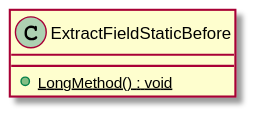
claremacrae/RefactoringSamples keeps this PlantUML diagram as uml/Extract/Before/ExtractFieldStaticBefore.svg. Above is the earlier version. The source it was exported from:
```plantuml
@startuml
class ExtractFieldStaticBefore {
    + {static} LongMethod() : void
}
@enduml
```
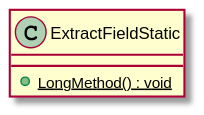
The same file after the commit.

Commit message:
Remove unnecessary Before suffix from class names

What changed in the source:
```diff
@@ -1,5 +1,5 @@
 @startuml
-class ExtractFieldStaticBefore {
+class ExtractFieldStatic {
     + {static} LongMethod() : void
 }
 @enduml
```
